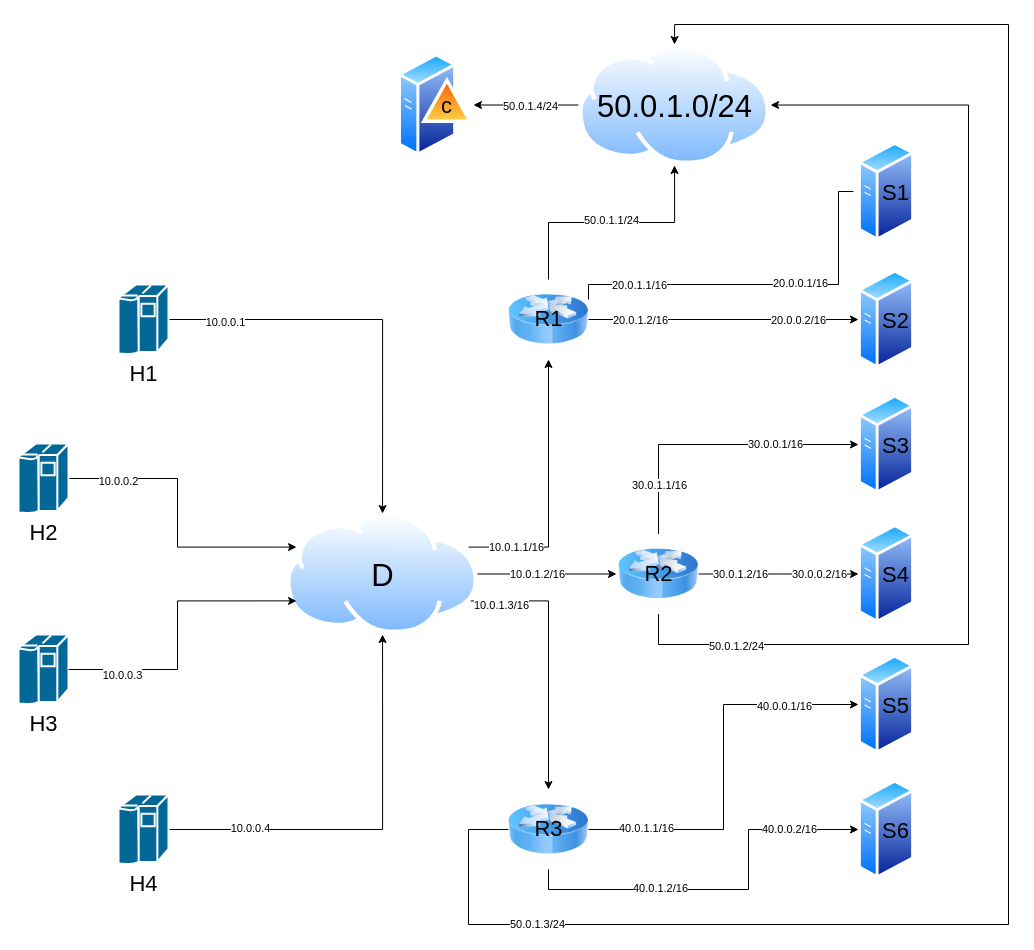
Above: network.drawio in Atlac/Load-Balancer (draw.io), before the change. Source tidied: cells renumbered, new cells numbered last; positions are measured from the earlier drawing's top-left corner, leaving out a move shared by most shapes. Both pictures are drawn from the tidied source at 100%, with x=0, y=0 at pixel (18, 24).
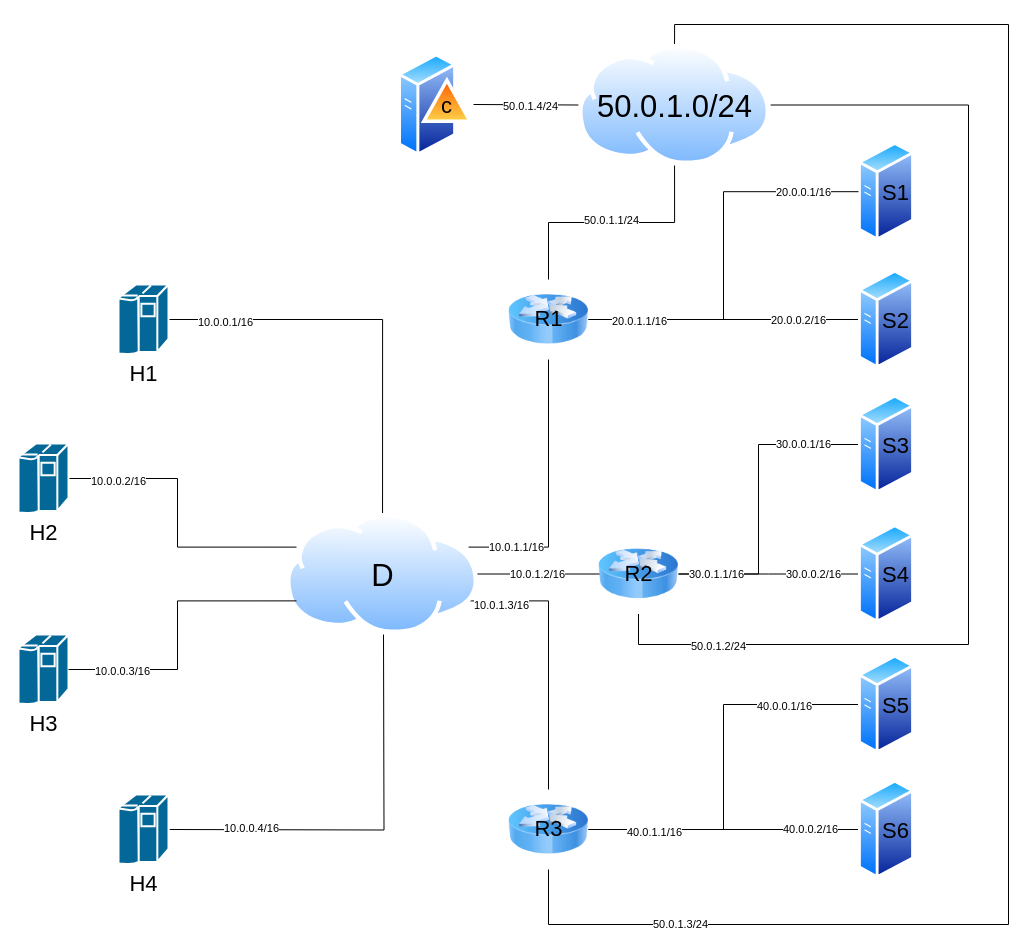
After the change.

Commit message:
changes on network schema

Unchanged cells that the change refers to:
```xml
<mxCell id="4" value="H2" style="shape=mxgraph.cisco.computers_and_peripherals.ibm_mainframe;sketch=0;html=1;dashed=0;fillColor=#036897;strokeColor=#ffffff;strokeWidth=2;verticalLabelPosition=bottom;verticalAlign=top;align=center;outlineConnect=0;fontSize=22;" parent="1" vertex="1">
  <mxGeometry y="419" width="50" height="70" as="geometry" />
</mxCell>
<mxCell id="5" value="H3" style="shape=mxgraph.cisco.computers_and_peripherals.ibm_mainframe;sketch=0;html=1;dashed=0;fillColor=#036897;strokeColor=#ffffff;strokeWidth=2;verticalLabelPosition=bottom;verticalAlign=top;align=center;outlineConnect=0;fontSize=22;" parent="1" vertex="1">
  <mxGeometry y="610" width="50" height="70" as="geometry" />
</mxCell>
<mxCell id="8" value="H1" style="shape=mxgraph.cisco.computers_and_peripherals.ibm_mainframe;sketch=0;html=1;dashed=0;fillColor=#036897;strokeColor=#ffffff;strokeWidth=2;verticalLabelPosition=bottom;verticalAlign=top;align=center;outlineConnect=0;fontSize=22;" parent="1" vertex="1">
  <mxGeometry x="100" y="260" width="50" height="70" as="geometry" />
</mxCell>
<mxCell id="11" value="H4" style="shape=mxgraph.cisco.computers_and_peripherals.ibm_mainframe;sketch=0;html=1;dashed=0;fillColor=#036897;strokeColor=#ffffff;strokeWidth=2;verticalLabelPosition=bottom;verticalAlign=top;align=center;outlineConnect=0;fontSize=22;" parent="1" vertex="1">
  <mxGeometry x="100" y="770" width="50" height="70" as="geometry" />
</mxCell>
<mxCell id="18" value="D" style="image;perimeter=ellipsePerimeter;html=1;align=center;shadow=0;dashed=0;spacingTop=3;image=img/lib/active_directory/internet_cloud.svg;verticalAlign=middle;labelPosition=center;verticalLabelPosition=middle;fontSize=31;labelBackgroundColor=none;" parent="1" vertex="1">
  <mxGeometry x="268" y="489" width="192.1" height="121" as="geometry" />
</mxCell>
<mxCell id="36" value="R3" style="image;html=1;image=img/lib/clip_art/networking/Router_Icon_128x128.png;labelBackgroundColor=none;labelPosition=center;verticalLabelPosition=middle;align=center;verticalAlign=middle;fontSize=22;" parent="1" vertex="1">
  <mxGeometry x="490" y="765" width="80" height="80" as="geometry" />
</mxCell>
<mxCell id="42" value="R1" style="image;html=1;image=img/lib/clip_art/networking/Router_Icon_128x128.png;labelBackgroundColor=none;labelPosition=center;verticalLabelPosition=middle;align=center;verticalAlign=middle;fontSize=22;" parent="1" vertex="1">
  <mxGeometry x="490" y="255" width="80" height="80" as="geometry" />
</mxCell>
<mxCell id="43" value="c" style="image;perimeter=ellipsePerimeter;html=1;align=center;shadow=0;dashed=0;spacingTop=3;image=img/lib/active_directory/domain_controller.svg;labelPosition=center;verticalLabelPosition=middle;verticalAlign=middle;labelBackgroundColor=none;spacingLeft=20;fontSize=22;" parent="1" vertex="1">
  <mxGeometry x="380" y="26.9" width="75" height="107.2" as="geometry" />
</mxCell>
<mxCell id="44" value="S1" style="image;perimeter=ellipsePerimeter;html=1;align=center;shadow=0;dashed=0;spacingTop=3;image=img/lib/active_directory/generic_server.svg;labelPosition=center;verticalLabelPosition=middle;verticalAlign=middle;labelBackgroundColor=none;spacingLeft=17;fontSize=22;" parent="1" vertex="1">
  <mxGeometry x="840" y="117.2" width="56" height="100" as="geometry" />
</mxCell>
<mxCell id="50" value="S2" style="image;perimeter=ellipsePerimeter;html=1;align=center;shadow=0;dashed=0;spacingTop=3;image=img/lib/active_directory/generic_server.svg;labelPosition=center;verticalLabelPosition=middle;verticalAlign=middle;labelBackgroundColor=none;spacingLeft=17;fontSize=22;" parent="1" vertex="1">
  <mxGeometry x="840" y="245" width="56" height="100" as="geometry" />
</mxCell>
<mxCell id="51" value="S5" style="image;perimeter=ellipsePerimeter;html=1;align=center;shadow=0;dashed=0;spacingTop=3;image=img/lib/active_directory/generic_server.svg;labelPosition=center;verticalLabelPosition=middle;verticalAlign=middle;labelBackgroundColor=none;spacingLeft=17;fontSize=22;" parent="1" vertex="1">
  <mxGeometry x="840" y="630" width="56" height="100" as="geometry" />
</mxCell>
<mxCell id="52" value="S3" style="image;perimeter=ellipsePerimeter;html=1;align=center;shadow=0;dashed=0;spacingTop=3;image=img/lib/active_directory/generic_server.svg;labelPosition=center;verticalLabelPosition=middle;verticalAlign=middle;labelBackgroundColor=none;spacingLeft=17;fontSize=22;" parent="1" vertex="1">
  <mxGeometry x="840" y="370" width="56" height="100" as="geometry" />
</mxCell>
<mxCell id="54" value="S6" style="image;perimeter=ellipsePerimeter;html=1;align=center;shadow=0;dashed=0;spacingTop=3;image=img/lib/active_directory/generic_server.svg;labelPosition=center;verticalLabelPosition=middle;verticalAlign=middle;labelBackgroundColor=none;spacingLeft=17;fontSize=22;" parent="1" vertex="1">
  <mxGeometry x="840" y="755" width="56" height="100" as="geometry" />
</mxCell>
<mxCell id="57" value="50.0.1.0/24" style="image;perimeter=ellipsePerimeter;html=1;align=center;shadow=0;dashed=0;spacingTop=3;image=img/lib/active_directory/internet_cloud.svg;verticalAlign=middle;labelPosition=center;verticalLabelPosition=middle;fontSize=31;labelBackgroundColor=none;" parent="1" vertex="1">
  <mxGeometry x="560" y="20" width="192.1" height="121" as="geometry" />
</mxCell>
```

Change to the diagram source:
```diff
@@
-    <mxCell id="2" style="edgeStyle=orthogonalEdgeStyle;rounded=0;jettySize=auto;html=1;exitX=1;exitY=0.5;exitDx=0;exitDy=0;exitPerimeter=0;entryX=0;entryY=0.25;entryDx=0;entryDy=0;" parent="1" edge="1" source="4" target="18">
+    <mxCell id="2" style="edgeStyle=orthogonalEdgeStyle;rounded=0;jettySize=auto;html=1;exitX=1;exitY=0.5;exitDx=0;exitDy=0;exitPerimeter=0;entryX=0;entryY=0.25;entryDx=0;entryDy=0;endArrow=none;startFill=0;" parent="1" edge="1" source="4" target="18">
       <mxGeometry relative="1" as="geometry" />
     </mxCell>
-    <mxCell id="3" value="10.0.0.2" style="edgeLabel;html=1;align=center;verticalAlign=middle;" parent="2" vertex="1">
+    <mxCell id="3" value="10.0.0.2/16" style="edgeLabel;html=1;align=center;verticalAlign=middle;" parent="2" vertex="1">
       <mxGeometry x="-0.66" y="-2" relative="1" as="geometry">
         <mxPoint x="-1" as="offset" />
       </mxGeometry>
     </mxCell>
@@
-    <mxCell id="6" style="edgeStyle=orthogonalEdgeStyle;rounded=0;jettySize=auto;html=1;exitX=1;exitY=0.5;exitDx=0;exitDy=0;exitPerimeter=0;entryX=0.5;entryY=0;entryDx=0;entryDy=0;" parent="1" edge="1" source="8" target="18">
+    <mxCell id="6" style="edgeStyle=orthogonalEdgeStyle;rounded=0;jettySize=auto;html=1;exitX=1;exitY=0.5;exitDx=0;exitDy=0;exitPerimeter=0;entryX=0.5;entryY=0;entryDx=0;entryDy=0;endArrow=none;startFill=0;" parent="1" edge="1" source="8" target="18">
       <mxGeometry relative="1" as="geometry" />
     </mxCell>
-    <mxCell id="7" value="10.0.0.1" style="edgeLabel;html=1;align=center;verticalAlign=middle;" parent="6" vertex="1">
+    <mxCell id="7" value="10.0.0.1/16" style="edgeLabel;html=1;align=center;verticalAlign=middle;" parent="6" vertex="1">
       <mxGeometry x="-0.72" y="-2" relative="1" as="geometry">
         <mxPoint x="-1" as="offset" />
       </mxGeometry>
     </mxCell>
@@
-    <mxCell id="9" style="edgeStyle=orthogonalEdgeStyle;rounded=0;jettySize=auto;html=1;exitX=1;exitY=0.5;exitDx=0;exitDy=0;exitPerimeter=0;entryX=0.5;entryY=1;entryDx=0;entryDy=0;" parent="1" edge="1" source="11" target="18">
-      <mxGeometry relative="1" as="geometry" />
+    <mxCell id="9" style="edgeStyle=orthogonalEdgeStyle;rounded=0;orthogonalLoop=1;jettySize=auto;html=1;exitX=1;exitY=0.5;exitDx=0;exitDy=0;exitPerimeter=0;entryX=0.5;entryY=1;entryDx=0;entryDy=0;endArrow=none;startFill=0;" parent="1" edge="1">
+      <mxGeometry relative="1" as="geometry">
+        <mxPoint x="151" y="805" as="sourcePoint" />
+        <mxPoint x="365" y="610" as="targetPoint" />
+      </mxGeometry>
     </mxCell>
-    <mxCell id="10" value="10.0.0.4" style="edgeLabel;html=1;align=center;verticalAlign=middle;" parent="9" vertex="1">
+    <mxCell id="10" value="10.0.0.4/16" style="edgeLabel;html=1;align=center;verticalAlign=middle;" parent="9" vertex="1">
       <mxGeometry x="-0.6" y="2" relative="1" as="geometry">
         <mxPoint x="-1" as="offset" />
       </mxGeometry>
     </mxCell>
@@
-    <mxCell id="12" style="edgeStyle=orthogonalEdgeStyle;rounded=0;orthogonalLoop=1;jettySize=auto;html=1;exitX=1;exitY=0.5;exitDx=0;exitDy=0;entryX=0;entryY=0.5;entryDx=0;entryDy=0;" parent="1" edge="1">
+    <mxCell id="12" style="edgeStyle=orthogonalEdgeStyle;rounded=0;orthogonalLoop=1;jettySize=auto;html=1;exitX=1;exitY=0.5;exitDx=0;exitDy=0;entryX=0;entryY=0.5;entryDx=0;entryDy=0;endArrow=none;startFill=0;" parent="1" edge="1">
       <mxGeometry relative="1" as="geometry">
         <mxPoint x="458.1" y="549.5" as="sourcePoint" />
         <mxPoint x="598" y="549.5" as="targetPoint" />
       </mxGeometry>
     </mxCell>
@@
-    <mxCell id="14" style="edgeStyle=orthogonalEdgeStyle;rounded=0;jettySize=auto;html=1;exitX=1;exitY=0.25;exitDx=0;exitDy=0;" parent="1" edge="1" source="18" target="42">
+    <mxCell id="14" style="edgeStyle=orthogonalEdgeStyle;rounded=0;jettySize=auto;html=1;exitX=1;exitY=0.25;exitDx=0;exitDy=0;endArrow=none;startFill=0;" parent="1" edge="1" source="18" target="42">
       <mxGeometry relative="1" as="geometry" />
     </mxCell>
@@
-    <mxCell id="16" style="edgeStyle=orthogonalEdgeStyle;rounded=0;jettySize=auto;html=1;exitX=1;exitY=0.75;exitDx=0;exitDy=0;entryX=0.5;entryY=0;entryDx=0;entryDy=0;" parent="1" edge="1" source="18" target="36">
+    <mxCell id="16" style="edgeStyle=orthogonalEdgeStyle;rounded=0;jettySize=auto;html=1;exitX=1;exitY=0.75;exitDx=0;exitDy=0;entryX=0.5;entryY=0;entryDx=0;entryDy=0;endArrow=none;startFill=0;" parent="1" edge="1" source="18" target="36">
       <mxGeometry relative="1" as="geometry" />
     </mxCell>
@@
-    <mxCell id="19" style="edgeStyle=orthogonalEdgeStyle;rounded=0;jettySize=auto;html=1;exitX=1;exitY=0.5;exitDx=0;exitDy=0;entryX=0;entryY=0.5;entryDx=0;entryDy=0;" parent="1" edge="1" source="27">
+    <mxCell id="19" style="edgeStyle=orthogonalEdgeStyle;rounded=0;jettySize=auto;html=1;exitX=1;exitY=0.5;exitDx=0;exitDy=0;entryX=0;entryY=0.5;entryDx=0;entryDy=0;endArrow=none;startFill=0;" parent="1" edge="1" source="27">
       <mxGeometry relative="1" as="geometry">
         <mxPoint x="840" y="549.5" as="targetPoint" />
       </mxGeometry>
     </mxCell>
-    <mxCell id="20" value="30.0.1.2/16" style="edgeLabel;html=1;align=center;verticalAlign=middle;" parent="19" vertex="1">
-      <mxGeometry x="-0.22" y="1" relative="1" as="geometry">
-        <mxPoint x="-22" y="1" as="offset" />
-      </mxGeometry>
-    </mxCell>
@@
-    <mxCell id="22" style="edgeStyle=orthogonalEdgeStyle;rounded=0;jettySize=auto;html=1;exitX=0.5;exitY=0;exitDx=0;exitDy=0;entryX=0;entryY=0.5;entryDx=0;entryDy=0;" parent="1" edge="1" source="27" target="52">
-      <mxGeometry relative="1" as="geometry" />
+    <mxCell id="22" style="edgeStyle=orthogonalEdgeStyle;rounded=0;jettySize=auto;html=1;exitX=1;exitY=0.5;exitDx=0;exitDy=0;entryX=0;entryY=0.5;entryDx=0;entryDy=0;endArrow=none;startFill=0;" parent="1" edge="1" source="27" target="52">
+      <mxGeometry relative="1" as="geometry">
+        <Array as="points">
+          <mxPoint x="740" y="550" />
+          <mxPoint x="740" y="420" />
+        </Array>
+      </mxGeometry>
     </mxCell>
+    <mxCell id="24" value="30.0.0.1/16" style="edgeLabel;html=1;align=center;verticalAlign=middle;" parent="22" vertex="1">
+      <mxGeometry x="0.42" y="1" relative="1" as="geometry">
+        <mxPoint x="34" as="offset" />
+      </mxGeometry>
+    </mxCell>
     <mxCell id="23" value="30.0.1.1/16" style="edgeLabel;html=1;align=center;verticalAlign=middle;" parent="22" vertex="1">
-      <mxGeometry x="0.21" relative="1" as="geometry">
-        <mxPoint x="-85" y="40" as="offset" />
+      <mxGeometry x="-0.85" relative="1" as="geometry">
+        <mxPoint x="14" as="offset" />
       </mxGeometry>
     </mxCell>
-    <mxCell id="24" value="30.0.0.1/16" style="edgeLabel;html=1;align=center;verticalAlign=middle;" parent="22" vertex="1">
-      <mxGeometry x="0.42" y="1" relative="1" as="geometry" />
-    </mxCell>
-    <mxCell id="25" style="edgeStyle=orthogonalEdgeStyle;rounded=0;jettySize=auto;html=1;exitX=0.5;exitY=1;exitDx=0;exitDy=0;entryX=1;entryY=0.5;entryDx=0;entryDy=0;" parent="1" edge="1" source="27" target="57">
+    <mxCell id="25" style="edgeStyle=orthogonalEdgeStyle;rounded=0;jettySize=auto;html=1;exitX=0.5;exitY=1;exitDx=0;exitDy=0;entryX=1;entryY=0.5;entryDx=0;entryDy=0;endArrow=none;startFill=0;" parent="1" edge="1" source="27" target="57">
       <mxGeometry relative="1" as="geometry">
         <Array as="points">
-          <mxPoint x="640" y="620" />
+          <mxPoint x="620" y="620" />
           <mxPoint x="950" y="620" />
-          <mxPoint x="950" y="80" />
+          <mxPoint x="950" y="81" />
         </Array>
       </mxGeometry>
     </mxCell>
@@
     <mxCell id="27" value="R2" style="image;html=1;image=img/lib/clip_art/networking/Router_Icon_128x128.png;labelPosition=center;verticalLabelPosition=middle;align=center;verticalAlign=middle;fontSize=22;labelBackgroundColor=none;" parent="1" vertex="1">
-      <mxGeometry x="600" y="509.5" width="80" height="80" as="geometry" />
+      <mxGeometry x="580" y="509.5" width="80" height="80" as="geometry" />
     </mxCell>
-    <mxCell id="28" style="edgeStyle=orthogonalEdgeStyle;rounded=0;jettySize=auto;html=1;exitX=1;exitY=0.5;exitDx=0;exitDy=0;entryX=0;entryY=0.5;entryDx=0;entryDy=0;" parent="1" edge="1" source="36" target="51">
+    <mxCell id="28" style="edgeStyle=orthogonalEdgeStyle;rounded=0;jettySize=auto;html=1;exitX=1;exitY=0.5;exitDx=0;exitDy=0;entryX=0;entryY=0.5;entryDx=0;entryDy=0;endArrow=none;startFill=0;" parent="1" edge="1" source="36" target="51">
       <mxGeometry relative="1" as="geometry" />
     </mxCell>
-    <mxCell id="29" value="40.0.1.1/16" style="edgeLabel;html=1;align=center;verticalAlign=middle;" parent="28" vertex="1">
-      <mxGeometry x="-0.71" y="2" relative="1" as="geometry" />
-    </mxCell>
@@
-    <mxCell id="31" style="edgeStyle=orthogonalEdgeStyle;rounded=0;jettySize=auto;html=1;exitX=0.5;exitY=1;exitDx=0;exitDy=0;entryX=0;entryY=0.5;entryDx=0;entryDy=0;" parent="1" edge="1" source="36" target="54">
+    <mxCell id="31" style="edgeStyle=orthogonalEdgeStyle;rounded=0;jettySize=auto;html=1;exitX=1;exitY=0.5;exitDx=0;exitDy=0;entryX=0;entryY=0.5;entryDx=0;entryDy=0;endArrow=none;startFill=0;" parent="1" edge="1" source="36" target="54">
       <mxGeometry relative="1" as="geometry">
         <Array as="points">
-          <mxPoint x="530" y="865" />
-          <mxPoint x="730" y="865" />
-          <mxPoint x="730" y="805" />
+          <mxPoint x="700" y="805" />
+          <mxPoint x="700" y="805" />
         </Array>
       </mxGeometry>
     </mxCell>
-    <mxCell id="32" value="40.0.1.2/16" style="edgeLabel;html=1;align=center;verticalAlign=middle;" parent="31" vertex="1">
-      <mxGeometry x="-0.33" y="2" relative="1" as="geometry" />
-    </mxCell>
@@
+    <mxCell id="29" value="40.0.1.1/16" style="edgeLabel;html=1;align=center;verticalAlign=middle;" parent="31" vertex="1">
+      <mxGeometry x="-0.52" y="-2" relative="1" as="geometry" />
+    </mxCell>
-    <mxCell id="34" style="edgeStyle=orthogonalEdgeStyle;rounded=0;jettySize=auto;html=1;exitX=0;exitY=0.5;exitDx=0;exitDy=0;entryX=0.5;entryY=0;entryDx=0;entryDy=0;" parent="1" edge="1" source="36" target="57">
+    <mxCell id="34" style="edgeStyle=orthogonalEdgeStyle;rounded=0;jettySize=auto;html=1;exitX=0.5;exitY=1;exitDx=0;exitDy=0;entryX=0.5;entryY=0;entryDx=0;entryDy=0;endArrow=none;startFill=0;" parent="1" edge="1" source="36" target="57">
       <mxGeometry relative="1" as="geometry">
         <Array as="points">
-          <mxPoint x="450" y="805" />
-          <mxPoint x="450" y="900" />
+          <mxPoint x="530" y="900" />
           <mxPoint x="990" y="900" />
           <mxPoint x="990" />
           <mxPoint x="656" />
         </Array>
       </mxGeometry>
     </mxCell>
@@
-    <mxCell id="37" style="edgeStyle=orthogonalEdgeStyle;rounded=0;jettySize=auto;html=1;exitX=1;exitY=0.5;exitDx=0;exitDy=0;entryX=0;entryY=0.5;entryDx=0;entryDy=0;" parent="1" edge="1" source="42" target="50">
+    <mxCell id="37" style="edgeStyle=orthogonalEdgeStyle;rounded=0;jettySize=auto;html=1;exitX=1;exitY=0.5;exitDx=0;exitDy=0;entryX=0;entryY=0.5;entryDx=0;entryDy=0;endArrow=none;startFill=0;" parent="1" edge="1" source="42" target="50">
       <mxGeometry relative="1" as="geometry" />
     </mxCell>
-    <mxCell id="38" value="20.0.1.2/16" style="edgeLabel;html=1;align=center;verticalAlign=middle;" parent="37" vertex="1">
-      <mxGeometry x="-0.21" y="-3" relative="1" as="geometry">
-        <mxPoint x="-56" y="-3" as="offset" />
-      </mxGeometry>
-    </mxCell>
@@
-    <mxCell id="40" style="edgeStyle=orthogonalEdgeStyle;rounded=0;jettySize=auto;html=1;exitX=0.5;exitY=0;exitDx=0;exitDy=0;entryX=0.5;entryY=1;entryDx=0;entryDy=0;" parent="1" edge="1" source="42" target="57">
+    <mxCell id="40" style="edgeStyle=orthogonalEdgeStyle;rounded=0;jettySize=auto;html=1;exitX=0.5;exitY=0;exitDx=0;exitDy=0;entryX=0.5;entryY=1;entryDx=0;entryDy=0;endArrow=none;startFill=0;" parent="1" edge="1" source="42" target="57">
       <mxGeometry relative="1" as="geometry" />
     </mxCell>
@@
-    <mxCell id="45" style="edgeStyle=orthogonalEdgeStyle;rounded=0;jettySize=auto;html=1;exitX=1;exitY=0.25;exitDx=0;exitDy=0;strokeColor=default;endArrow=none;startFill=0;" parent="1" edge="1" source="42">
-      <mxGeometry relative="1" as="geometry">
-        <mxPoint x="835" y="167" as="targetPoint" />
-        <Array as="points">
-          <mxPoint x="570" y="260" />
-          <mxPoint x="820" y="260" />
-          <mxPoint x="820" y="167" />
-        </Array>
-      </mxGeometry>
-    </mxCell>
-    <mxCell id="46" value="20.0.1.1/16" style="edgeLabel;html=1;align=center;verticalAlign=middle;" parent="45" vertex="1">
-      <mxGeometry x="-0.43" y="2" relative="1" as="geometry">
-        <mxPoint x="-41" y="2" as="offset" />
-      </mxGeometry>
-    </mxCell>
-    <mxCell id="47" value="20.0.0.1/16" style="edgeLabel;html=1;align=center;verticalAlign=middle;" parent="45" vertex="1">
-      <mxGeometry x="0.21" y="2" relative="1" as="geometry" />
-    </mxCell>
-    <mxCell id="48" style="edgeStyle=orthogonalEdgeStyle;rounded=0;jettySize=auto;html=1;exitX=1;exitY=0.5;exitDx=0;exitDy=0;exitPerimeter=0;entryX=0;entryY=0.75;entryDx=0;entryDy=0;" parent="1" edge="1" source="5" target="18">
+    <mxCell id="48" style="edgeStyle=orthogonalEdgeStyle;rounded=0;jettySize=auto;html=1;exitX=1;exitY=0.5;exitDx=0;exitDy=0;exitPerimeter=0;entryX=0;entryY=0.75;entryDx=0;entryDy=0;endArrow=none;startFill=0;" parent="1" edge="1" source="5" target="18">
       <mxGeometry relative="1" as="geometry" />
     </mxCell>
-    <mxCell id="49" value="10.0.0.3" style="edgeLabel;html=1;align=center;verticalAlign=middle;" parent="48" vertex="1">
+    <mxCell id="49" value="10.0.0.3/16" style="edgeLabel;html=1;align=center;verticalAlign=middle;" parent="48" vertex="1">
       <mxGeometry x="-0.65" y="-5" relative="1" as="geometry">
-        <mxPoint x="1" as="offset" />
+        <mxPoint x="1" y="-4" as="offset" />
       </mxGeometry>
     </mxCell>
@@
-    <mxCell id="55" style="edgeStyle=orthogonalEdgeStyle;rounded=0;jettySize=auto;html=1;exitX=0;exitY=0.5;exitDx=0;exitDy=0;entryX=1;entryY=0.5;entryDx=0;entryDy=0;" parent="1" edge="1" source="57" target="43">
-      <mxGeometry relative="1" as="geometry" />
+    <mxCell id="55" style="edgeStyle=orthogonalEdgeStyle;rounded=0;jettySize=auto;html=1;exitX=0;exitY=0.5;exitDx=0;exitDy=0;endArrow=none;startFill=0;" parent="1" edge="1" source="57">
+      <mxGeometry relative="1" as="geometry">
+        <mxPoint x="455" y="80" as="targetPoint" />
+      </mxGeometry>
     </mxCell>
@@
+    <mxCell id="58" style="endArrow=none;html=1;rounded=0;entryX=0;entryY=0.5;entryDx=0;entryDy=0;edgeStyle=orthogonalEdgeStyle;exitX=1;exitY=0.5;exitDx=0;exitDy=0;" parent="1" edge="1" source="42" target="44">
+      <mxGeometry relative="1" as="geometry" />
+    </mxCell>
+    <mxCell id="47" value="20.0.0.1/16" style="edgeLabel;html=1;align=center;verticalAlign=middle;" parent="58" vertex="1">
+      <mxGeometry x="0.72" y="1" relative="1" as="geometry">
+        <mxPoint y="1" as="offset" />
+      </mxGeometry>
+    </mxCell>
+    <mxCell id="46" value="20.0.1.1/16" style="edgeLabel;html=1;align=center;verticalAlign=middle;" parent="58" vertex="1">
+      <mxGeometry x="-0.75" y="-1" relative="1" as="geometry" />
+    </mxCell>
```
